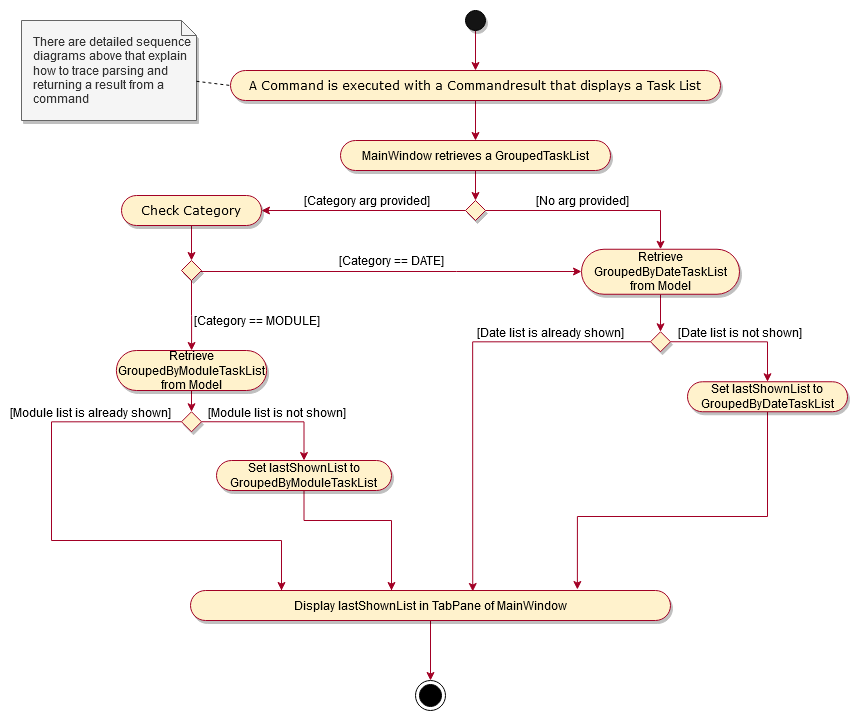
The draw.io diagram images/ListCommandActivityDiagram.png in AY1920S2-CS2103-F09-2/main, before a commit. Source tidied: cells renumbered, new cells last; positions are measured from the earlier drawing's top-left corner, leaving out a move shared by most shapes. Its diagram source:
```xml
<mxGraphModel>
  <root>
    <mxCell id="0" />
    <mxCell id="1" parent="0" />
    <mxCell id="2" style="edgeStyle=orthogonalEdgeStyle;rounded=0;jettySize=auto;html=1;startArrow=none;startFill=0;endArrow=classic;endFill=1;strokeColor=#A20025;" parent="1" edge="1" source="3" target="14">
      <mxGeometry relative="1" as="geometry" />
    </mxCell>
    <mxCell id="3" style="ellipse;whiteSpace=wrap;html=1;fillColor=#141414;shadow=1;" parent="1" vertex="1">
      <mxGeometry x="444" width="20" height="20" as="geometry" />
    </mxCell>
    <mxCell id="4" style="edgeStyle=orthogonalEdgeStyle;rounded=0;jettySize=auto;html=1;startArrow=none;startFill=0;endArrow=classic;endFill=1;strokeColor=#A20025;fontFamily=Verdana;" parent="1" edge="1" source="5" target="10">
      <mxGeometry relative="1" as="geometry" />
    </mxCell>
    <mxCell id="5" value="MainWindow retrieves a GroupedTaskList" style="whiteSpace=wrap;html=1;rounded=1;arcSize=50;align=center;verticalAlign=middle;strokeWidth=1;spacing=4;newEdgeStyle={&quot;edgeStyle&quot;:&quot;entityRelationEdgeStyle&quot;,&quot;startArrow&quot;:&quot;none&quot;,&quot;endArrow&quot;:&quot;none&quot;,&quot;segment&quot;:10,&quot;curved&quot;:1};shadow=1;fillColor=#fff2cc;strokeColor=#A20025;" parent="1" vertex="1">
      <mxGeometry x="319" y="130" width="270" height="30" as="geometry" />
    </mxCell>
    <mxCell id="6" style="edgeStyle=orthogonalEdgeStyle;rounded=0;jettySize=auto;html=1;startArrow=none;startFill=0;endArrow=classic;endFill=1;strokeColor=#A20025;fontFamily=Verdana;" parent="1" edge="1" source="10" target="16">
      <mxGeometry relative="1" as="geometry" />
    </mxCell>
    <mxCell id="7" value="[Category arg provided]" style="text;html=1;align=center;verticalAlign=middle;" parent="6" vertex="1">
      <mxGeometry x="-0.22" y="-1" relative="1" as="geometry">
        <mxPoint x="-19" y="-9" as="offset" />
      </mxGeometry>
    </mxCell>
    <mxCell id="8" style="edgeStyle=orthogonalEdgeStyle;rounded=0;jettySize=auto;html=1;exitX=1;exitY=0.5;exitDx=0;exitDy=0;entryX=0.5;entryY=0;entryDx=0;entryDy=0;startArrow=none;startFill=0;endArrow=classic;endFill=1;strokeColor=#A20025;fontFamily=Verdana;" parent="1" edge="1" source="10" target="23">
      <mxGeometry relative="1" as="geometry" />
    </mxCell>
    <mxCell id="9" value="[No arg provided]" style="text;html=1;align=center;verticalAlign=middle;" parent="8" vertex="1">
      <mxGeometry x="-0.1" y="1" relative="1" as="geometry">
        <mxPoint x="-0.2" y="-9" as="offset" />
      </mxGeometry>
    </mxCell>
    <mxCell id="10" style="rhombus;whiteSpace=wrap;html=1;shadow=1;strokeColor=#A20025;fillColor=#fff2cc;" parent="1" vertex="1">
      <mxGeometry x="444" y="190" width="20" height="20" as="geometry" />
    </mxCell>
    <mxCell id="11" value="There are detailed sequence diagrams above that explain how to trace parsing and returning a result from a command" style="shape=note;size=15;align=left;spacingLeft=10;html=1;whiteSpace=wrap;shadow=1;fillColor=#f5f5f5;strokeColor=#666666;fontColor=#333333;" parent="1" vertex="1">
      <mxGeometry y="10" width="175" height="100" as="geometry" />
    </mxCell>
    <mxCell id="12" style="edgeStyle=none;endArrow=none;dashed=1;html=1;entryX=0;entryY=0.5;entryDx=0;entryDy=0;" parent="1" edge="1" source="11" target="14">
      <mxGeometry x="1" relative="1" as="geometry" />
    </mxCell>
    <mxCell id="13" style="edgeStyle=orthogonalEdgeStyle;rounded=0;jettySize=auto;html=1;startArrow=none;startFill=0;endArrow=classic;endFill=1;strokeColor=#A20025;" parent="1" edge="1" source="14" target="5">
      <mxGeometry relative="1" as="geometry" />
    </mxCell>
    <mxCell id="14" value="A Command is executed with a Commandresult that displays a Task List" style="whiteSpace=wrap;rounded=1;arcSize=50;align=center;verticalAlign=middle;strokeWidth=1;spacing=4;newEdgeStyle={&quot;edgeStyle&quot;:&quot;entityRelationEdgeStyle&quot;,&quot;startArrow&quot;:&quot;none&quot;,&quot;endArrow&quot;:&quot;none&quot;,&quot;segment&quot;:10,&quot;curved&quot;:1};shadow=1;fillColor=#fff2cc;strokeColor=#A20025;horizontal=1;fontFamily=Verdana;" parent="1" vertex="1">
      <mxGeometry x="209" y="60" width="490" height="30" as="geometry" />
    </mxCell>
    <mxCell id="15" style="edgeStyle=orthogonalEdgeStyle;rounded=0;jettySize=auto;html=1;exitX=0.5;exitY=1;exitDx=0;exitDy=0;entryX=0.5;entryY=0;entryDx=0;entryDy=0;startArrow=none;startFill=0;endArrow=classic;endFill=1;strokeColor=#A20025;fontFamily=Verdana;" parent="1" edge="1" source="16" target="21">
      <mxGeometry relative="1" as="geometry" />
    </mxCell>
    <mxCell id="16" value="Check Category" style="whiteSpace=wrap;html=1;rounded=1;arcSize=50;align=center;verticalAlign=middle;strokeWidth=1;spacing=4;newEdgeStyle={&quot;edgeStyle&quot;:&quot;entityRelationEdgeStyle&quot;,&quot;startArrow&quot;:&quot;none&quot;,&quot;endArrow&quot;:&quot;none&quot;,&quot;segment&quot;:10,&quot;curved&quot;:1};shadow=1;fillColor=#fff2cc;strokeColor=#A20025;fontFamily=Verdana;" parent="1" vertex="1">
      <mxGeometry x="100" y="185" width="140" height="30" as="geometry" />
    </mxCell>
    <mxCell id="17" style="edgeStyle=orthogonalEdgeStyle;rounded=0;jettySize=auto;html=1;startArrow=none;startFill=0;endArrow=classic;endFill=1;strokeColor=#A20025;fontFamily=Verdana;" parent="1" edge="1" source="21" target="23">
      <mxGeometry relative="1" as="geometry">
        <Array as="points">
          <mxPoint x="435" y="261" />
          <mxPoint x="435" y="261" />
        </Array>
      </mxGeometry>
    </mxCell>
    <mxCell id="18" value="[Category == DATE]" style="text;html=1;align=center;verticalAlign=middle;" parent="17" vertex="1">
      <mxGeometry x="0.69" y="2" relative="1" as="geometry">
        <mxPoint x="-130.1" y="-9.3" as="offset" />
      </mxGeometry>
    </mxCell>
    <mxCell id="19" style="edgeStyle=orthogonalEdgeStyle;rounded=0;jettySize=auto;html=1;startArrow=none;startFill=0;endArrow=classic;endFill=1;strokeColor=#A20025;fontFamily=Verdana;" parent="1" edge="1" source="21" target="25">
      <mxGeometry relative="1" as="geometry" />
    </mxCell>
    <mxCell id="20" value="[Category == MODULE]" style="text;html=1;align=center;verticalAlign=middle;" parent="19" vertex="1">
      <mxGeometry x="-0.3" y="-2" relative="1" as="geometry">
        <mxPoint x="67" y="15.7" as="offset" />
      </mxGeometry>
    </mxCell>
    <mxCell id="21" style="rhombus;whiteSpace=wrap;html=1;shadow=1;strokeColor=#A20025;fillColor=#fff2cc;" parent="1" vertex="1">
      <mxGeometry x="160" y="250" width="20" height="20" as="geometry" />
    </mxCell>
    <mxCell id="22" style="edgeStyle=orthogonalEdgeStyle;rounded=0;jettySize=auto;html=1;startArrow=none;startFill=0;endArrow=classic;endFill=1;strokeColor=#A20025;fontFamily=Verdana;" parent="1" edge="1" source="23" target="30">
      <mxGeometry relative="1" as="geometry" />
    </mxCell>
    <mxCell id="23" value="&lt;div&gt;Retrieve GroupedByDateTaskList from Model&lt;/div&gt;" style="whiteSpace=wrap;html=1;rounded=1;arcSize=50;align=center;verticalAlign=middle;strokeWidth=1;spacing=4;newEdgeStyle={&quot;edgeStyle&quot;:&quot;entityRelationEdgeStyle&quot;,&quot;startArrow&quot;:&quot;none&quot;,&quot;endArrow&quot;:&quot;none&quot;,&quot;segment&quot;:10,&quot;curved&quot;:1};shadow=1;fillColor=#fff2cc;strokeColor=#A20025;" parent="1" vertex="1">
      <mxGeometry x="560" y="238.8" width="158" height="45" as="geometry" />
    </mxCell>
    <mxCell id="24" style="edgeStyle=orthogonalEdgeStyle;rounded=0;jettySize=auto;html=1;exitX=0.5;exitY=1;exitDx=0;exitDy=0;entryX=0.5;entryY=0;entryDx=0;entryDy=0;startArrow=none;startFill=0;endArrow=classic;endFill=1;strokeColor=#A20025;fontFamily=Verdana;" parent="1" edge="1" source="25" target="39">
      <mxGeometry relative="1" as="geometry" />
    </mxCell>
    <mxCell id="25" value="&lt;div&gt;Retrieve GroupedByModuleTaskList from Model&lt;/div&gt;" style="whiteSpace=wrap;html=1;rounded=1;arcSize=50;align=center;verticalAlign=middle;strokeWidth=1;spacing=4;newEdgeStyle={&quot;edgeStyle&quot;:&quot;entityRelationEdgeStyle&quot;,&quot;startArrow&quot;:&quot;none&quot;,&quot;endArrow&quot;:&quot;none&quot;,&quot;segment&quot;:10,&quot;curved&quot;:1};shadow=1;fillColor=#fff2cc;strokeColor=#A20025;" parent="1" vertex="1">
      <mxGeometry x="94.9" y="340" width="150.2" height="40" as="geometry" />
    </mxCell>
    <mxCell id="26" style="edgeStyle=orthogonalEdgeStyle;rounded=0;jettySize=auto;html=1;exitX=1;exitY=0.5;exitDx=0;exitDy=0;startArrow=none;startFill=0;endArrow=classic;endFill=1;strokeColor=#A20025;fontFamily=Verdana;" parent="1" edge="1" source="30" target="32">
      <mxGeometry relative="1" as="geometry" />
    </mxCell>
    <mxCell id="27" value="[Date list is not shown]" style="text;html=1;align=center;verticalAlign=middle;" parent="26" vertex="1">
      <mxGeometry x="0.08" y="2" relative="1" as="geometry">
        <mxPoint x="-5.3" y="-8" as="offset" />
      </mxGeometry>
    </mxCell>
    <mxCell id="28" style="edgeStyle=orthogonalEdgeStyle;rounded=0;jettySize=auto;html=1;exitX=0;exitY=0.5;exitDx=0;exitDy=0;startArrow=none;startFill=0;endArrow=classic;endFill=1;strokeColor=#A20025;fontFamily=Verdana;entryX=0.588;entryY=0.033;entryDx=0;entryDy=0;entryPerimeter=0;" parent="1" edge="1" source="30" target="34">
      <mxGeometry relative="1" as="geometry" />
    </mxCell>
    <mxCell id="29" value="[Date list is already shown]" style="text;html=1;align=center;verticalAlign=middle;" parent="28" vertex="1">
      <mxGeometry x="-0.53" y="-2" relative="1" as="geometry">
        <mxPoint y="-8" as="offset" />
      </mxGeometry>
    </mxCell>
    <mxCell id="30" style="rhombus;whiteSpace=wrap;html=1;shadow=1;strokeColor=#A20025;fillColor=#fff2cc;" parent="1" vertex="1">
      <mxGeometry x="629" y="321.2" width="20" height="20" as="geometry" />
    </mxCell>
    <mxCell id="31" style="edgeStyle=orthogonalEdgeStyle;rounded=0;jettySize=auto;html=1;exitX=0.5;exitY=1;exitDx=0;exitDy=0;entryX=0.806;entryY=-0.033;entryDx=0;entryDy=0;startArrow=none;startFill=0;endArrow=classic;endFill=1;strokeColor=#A20025;fontFamily=Verdana;entryPerimeter=0;" parent="1" edge="1" source="32" target="34">
      <mxGeometry relative="1" as="geometry">
        <Array as="points">
          <mxPoint x="746" y="506" />
          <mxPoint x="556" y="506" />
        </Array>
      </mxGeometry>
    </mxCell>
    <mxCell id="32" value="Set lastShownList to GroupedByDateTaskList" style="whiteSpace=wrap;html=1;rounded=1;arcSize=50;align=center;verticalAlign=middle;strokeWidth=1;spacing=4;newEdgeStyle={&quot;edgeStyle&quot;:&quot;entityRelationEdgeStyle&quot;,&quot;startArrow&quot;:&quot;none&quot;,&quot;endArrow&quot;:&quot;none&quot;,&quot;segment&quot;:10,&quot;curved&quot;:1};shadow=1;fillColor=#fff2cc;strokeColor=#A20025;" parent="1" vertex="1">
      <mxGeometry x="666" y="371.2" width="160" height="30" as="geometry" />
    </mxCell>
    <mxCell id="33" style="edgeStyle=orthogonalEdgeStyle;rounded=0;jettySize=auto;html=1;startArrow=none;startFill=0;endArrow=classic;endFill=1;strokeColor=#A20025;fontFamily=Verdana;" parent="1" edge="1" source="34">
      <mxGeometry relative="1" as="geometry">
        <mxPoint x="409" y="670" as="targetPoint" />
      </mxGeometry>
    </mxCell>
    <mxCell id="34" value="Display lastShownList in TabPane of MainWindow" style="whiteSpace=wrap;html=1;rounded=1;arcSize=50;align=center;verticalAlign=middle;strokeWidth=1;spacing=4;newEdgeStyle={&quot;edgeStyle&quot;:&quot;entityRelationEdgeStyle&quot;,&quot;startArrow&quot;:&quot;none&quot;,&quot;endArrow&quot;:&quot;none&quot;,&quot;segment&quot;:10,&quot;curved&quot;:1};shadow=1;fillColor=#fff2cc;strokeColor=#A20025;" parent="1" vertex="1">
      <mxGeometry x="169" y="580" width="480" height="30" as="geometry" />
    </mxCell>
    <mxCell id="35" style="edgeStyle=orthogonalEdgeStyle;rounded=0;jettySize=auto;html=1;exitX=1;exitY=0.5;exitDx=0;exitDy=0;entryX=0.5;entryY=0;entryDx=0;entryDy=0;startArrow=none;startFill=0;endArrow=classic;endFill=1;strokeColor=#A20025;fontFamily=Verdana;" parent="1" edge="1" source="39" target="41">
      <mxGeometry relative="1" as="geometry" />
    </mxCell>
    <mxCell id="36" value="[Module list is not shown]" style="text;html=1;align=center;verticalAlign=middle;" parent="35" vertex="1">
      <mxGeometry x="-0.05" y="1" relative="1" as="geometry">
        <mxPoint x="7.9" y="-9" as="offset" />
      </mxGeometry>
    </mxCell>
    <mxCell id="37" style="edgeStyle=orthogonalEdgeStyle;rounded=0;jettySize=auto;html=1;exitX=0;exitY=0.5;exitDx=0;exitDy=0;startArrow=none;startFill=0;endArrow=classic;endFill=1;strokeColor=#A20025;fontFamily=Verdana;" parent="1" edge="1" source="39">
      <mxGeometry relative="1" as="geometry">
        <mxPoint x="260" y="580" as="targetPoint" />
        <Array as="points">
          <mxPoint x="30" y="411" />
          <mxPoint x="30" y="530" />
          <mxPoint x="260" y="530" />
          <mxPoint x="260" y="580" />
        </Array>
      </mxGeometry>
    </mxCell>
    <mxCell id="38" value="[Module list is already shown]" style="text;html=1;align=center;verticalAlign=middle;" parent="37" vertex="1">
      <mxGeometry x="-0.65" relative="1" as="geometry">
        <mxPoint y="-10" as="offset" />
      </mxGeometry>
    </mxCell>
    <mxCell id="39" style="rhombus;whiteSpace=wrap;html=1;shadow=1;strokeColor=#A20025;fillColor=#fff2cc;" parent="1" vertex="1">
      <mxGeometry x="160" y="401.2" width="20" height="20" as="geometry" />
    </mxCell>
    <mxCell id="40" style="edgeStyle=orthogonalEdgeStyle;rounded=0;jettySize=auto;html=1;exitX=0.5;exitY=1;exitDx=0;exitDy=0;startArrow=none;startFill=0;endArrow=classic;endFill=1;strokeColor=#A20025;fontFamily=Verdana;" parent="1" edge="1" source="41">
      <mxGeometry relative="1" as="geometry">
        <mxPoint x="370" y="580" as="targetPoint" />
        <Array as="points">
          <mxPoint x="283" y="510" />
          <mxPoint x="370" y="510" />
          <mxPoint x="370" y="580" />
        </Array>
      </mxGeometry>
    </mxCell>
    <mxCell id="41" value="Set lastShownList to GroupedByModuleTaskList" style="whiteSpace=wrap;html=1;rounded=1;arcSize=50;align=center;verticalAlign=middle;strokeWidth=1;spacing=4;newEdgeStyle={&quot;edgeStyle&quot;:&quot;entityRelationEdgeStyle&quot;,&quot;startArrow&quot;:&quot;none&quot;,&quot;endArrow&quot;:&quot;none&quot;,&quot;segment&quot;:10,&quot;curved&quot;:1};shadow=1;fillColor=#fff2cc;strokeColor=#A20025;" parent="1" vertex="1">
      <mxGeometry x="195" y="450" width="175" height="30" as="geometry" />
    </mxCell>
    <mxCell id="42" style="ellipse;html=1;shape=endState;fillColor=#000000;strokeColor=#000000;" parent="1" vertex="1">
      <mxGeometry x="394" y="670" width="30" height="30" as="geometry" />
    </mxCell>
  </root>
</mxGraphModel>
```
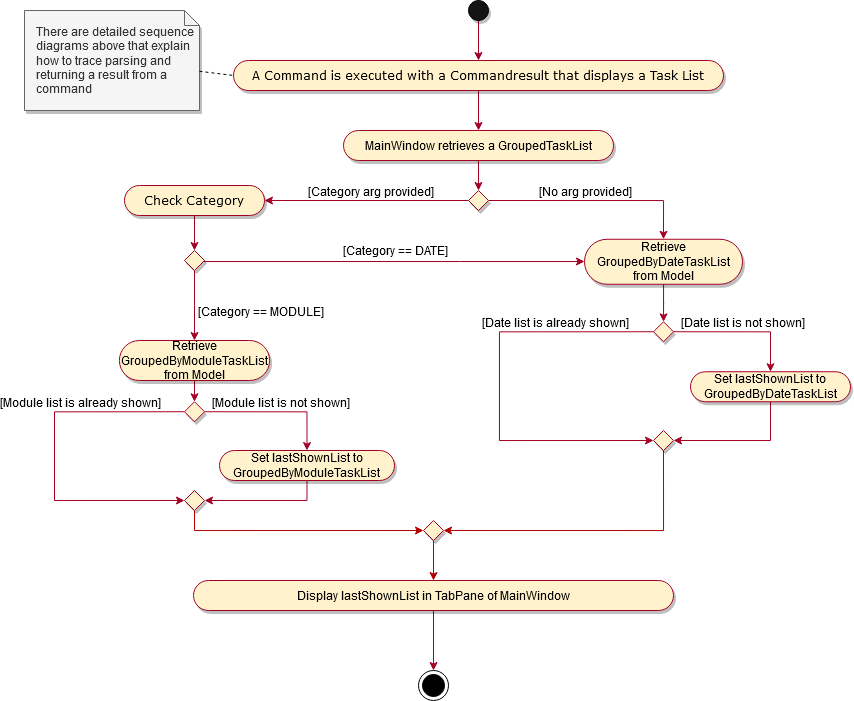
After the commit.

The edit, as a diff of the source:
```diff
@@ -95,8 +95,13 @@
         <mxPoint x="-5.3" y="-8" as="offset" />
       </mxGeometry>
     </mxCell>
-    <mxCell id="28" style="edgeStyle=orthogonalEdgeStyle;rounded=0;jettySize=auto;html=1;exitX=0;exitY=0.5;exitDx=0;exitDy=0;startArrow=none;startFill=0;endArrow=classic;endFill=1;strokeColor=#A20025;fontFamily=Verdana;entryX=0.588;entryY=0.033;entryDx=0;entryDy=0;entryPerimeter=0;" parent="1" edge="1" source="30" target="34">
-      <mxGeometry relative="1" as="geometry" />
+    <mxCell id="28" style="edgeStyle=orthogonalEdgeStyle;rounded=0;jettySize=auto;html=1;exitX=0;exitY=0.5;exitDx=0;exitDy=0;startArrow=none;startFill=0;endArrow=classic;endFill=1;strokeColor=#A20025;fontFamily=Verdana;entryX=0;entryY=0.5;entryDx=0;entryDy=0;" parent="1" edge="1" source="30" target="44">
+      <mxGeometry relative="1" as="geometry">
+        <Array as="points">
+          <mxPoint x="475" y="331" />
+          <mxPoint x="475" y="440" />
+        </Array>
+      </mxGeometry>
     </mxCell>
     <mxCell id="29" value="[Date list is already shown]" style="text;html=1;align=center;verticalAlign=middle;" parent="28" vertex="1">
       <mxGeometry x="-0.53" y="-2" relative="1" as="geometry">
@@ -106,11 +111,10 @@
     <mxCell id="30" style="rhombus;whiteSpace=wrap;html=1;shadow=1;strokeColor=#A20025;fillColor=#fff2cc;" parent="1" vertex="1">
       <mxGeometry x="629" y="321.2" width="20" height="20" as="geometry" />
     </mxCell>
-    <mxCell id="31" style="edgeStyle=orthogonalEdgeStyle;rounded=0;jettySize=auto;html=1;exitX=0.5;exitY=1;exitDx=0;exitDy=0;entryX=0.806;entryY=-0.033;entryDx=0;entryDy=0;startArrow=none;startFill=0;endArrow=classic;endFill=1;strokeColor=#A20025;fontFamily=Verdana;entryPerimeter=0;" parent="1" edge="1" source="32" target="34">
+    <mxCell id="31" style="edgeStyle=orthogonalEdgeStyle;rounded=0;jettySize=auto;html=1;exitX=0.5;exitY=1;exitDx=0;exitDy=0;entryX=1;entryY=0.5;entryDx=0;entryDy=0;startArrow=none;startFill=0;endArrow=classic;endFill=1;strokeColor=#A20025;fontFamily=Verdana;" parent="1" edge="1" source="32" target="44">
       <mxGeometry relative="1" as="geometry">
         <Array as="points">
-          <mxPoint x="746" y="506" />
-          <mxPoint x="556" y="506" />
+          <mxPoint x="746" y="440" />
         </Array>
       </mxGeometry>
     </mxCell>
@@ -133,32 +137,26 @@
         <mxPoint x="7.9" y="-9" as="offset" />
       </mxGeometry>
     </mxCell>
-    <mxCell id="37" style="edgeStyle=orthogonalEdgeStyle;rounded=0;jettySize=auto;html=1;exitX=0;exitY=0.5;exitDx=0;exitDy=0;startArrow=none;startFill=0;endArrow=classic;endFill=1;strokeColor=#A20025;fontFamily=Verdana;" parent="1" edge="1" source="39">
+    <mxCell id="37" style="edgeStyle=orthogonalEdgeStyle;rounded=0;jettySize=auto;html=1;exitX=0;exitY=0.5;exitDx=0;exitDy=0;startArrow=none;startFill=0;endArrow=classic;endFill=1;strokeColor=#A20025;fontFamily=Verdana;entryX=0;entryY=0.5;entryDx=0;entryDy=0;" parent="1" edge="1" source="39" target="46">
       <mxGeometry relative="1" as="geometry">
-        <mxPoint x="260" y="580" as="targetPoint" />
         <Array as="points">
           <mxPoint x="30" y="411" />
-          <mxPoint x="30" y="530" />
-          <mxPoint x="260" y="530" />
-          <mxPoint x="260" y="580" />
+          <mxPoint x="30" y="500" />
         </Array>
       </mxGeometry>
     </mxCell>
     <mxCell id="38" value="[Module list is already shown]" style="text;html=1;align=center;verticalAlign=middle;" parent="37" vertex="1">
       <mxGeometry x="-0.65" relative="1" as="geometry">
-        <mxPoint y="-10" as="offset" />
+        <mxPoint x="-44.3" y="-10" as="offset" />
       </mxGeometry>
     </mxCell>
     <mxCell id="39" style="rhombus;whiteSpace=wrap;html=1;shadow=1;strokeColor=#A20025;fillColor=#fff2cc;" parent="1" vertex="1">
       <mxGeometry x="160" y="401.2" width="20" height="20" as="geometry" />
     </mxCell>
-    <mxCell id="40" style="edgeStyle=orthogonalEdgeStyle;rounded=0;jettySize=auto;html=1;exitX=0.5;exitY=1;exitDx=0;exitDy=0;startArrow=none;startFill=0;endArrow=classic;endFill=1;strokeColor=#A20025;fontFamily=Verdana;" parent="1" edge="1" source="41">
+    <mxCell id="40" style="edgeStyle=orthogonalEdgeStyle;rounded=0;jettySize=auto;html=1;exitX=0.5;exitY=1;exitDx=0;exitDy=0;startArrow=none;startFill=0;endArrow=classic;endFill=1;strokeColor=#A20025;fontFamily=Verdana;entryX=1;entryY=0.5;entryDx=0;entryDy=0;" parent="1" edge="1" source="41" target="46">
       <mxGeometry relative="1" as="geometry">
-        <mxPoint x="370" y="580" as="targetPoint" />
         <Array as="points">
-          <mxPoint x="283" y="510" />
-          <mxPoint x="370" y="510" />
-          <mxPoint x="370" y="580" />
+          <mxPoint x="282" y="500" />
         </Array>
       </mxGeometry>
     </mxCell>
@@ -168,5 +166,23 @@
     <mxCell id="42" style="ellipse;html=1;shape=endState;fillColor=#000000;strokeColor=#000000;" parent="1" vertex="1">
       <mxGeometry x="394" y="670" width="30" height="30" as="geometry" />
     </mxCell>
+    <mxCell id="43" style="edgeStyle=orthogonalEdgeStyle;rounded=0;jettySize=auto;html=1;exitX=0.5;exitY=1;exitDx=0;exitDy=0;entryX=1;entryY=0.5;entryDx=0;entryDy=0;fillColor=#e51400;strokeColor=#B20000;" parent="1" edge="1" source="44" target="48">
+      <mxGeometry relative="1" as="geometry" />
+    </mxCell>
+    <mxCell id="44" style="rhombus;whiteSpace=wrap;html=1;shadow=1;strokeColor=#A20025;fillColor=#fff2cc;" parent="1" vertex="1">
+      <mxGeometry x="629" y="430" width="20" height="20" as="geometry" />
+    </mxCell>
+    <mxCell id="45" style="edgeStyle=orthogonalEdgeStyle;rounded=0;jettySize=auto;html=1;exitX=0.5;exitY=1;exitDx=0;exitDy=0;entryX=0;entryY=0.5;entryDx=0;entryDy=0;fillColor=#e51400;strokeColor=#B20000;" parent="1" edge="1" source="46" target="48">
+      <mxGeometry relative="1" as="geometry" />
+    </mxCell>
+    <mxCell id="46" style="rhombus;whiteSpace=wrap;html=1;shadow=1;strokeColor=#A20025;fillColor=#fff2cc;" parent="1" vertex="1">
+      <mxGeometry x="160" y="490" width="20" height="20" as="geometry" />
+    </mxCell>
+    <mxCell id="47" style="edgeStyle=orthogonalEdgeStyle;rounded=0;jettySize=auto;html=1;exitX=0.5;exitY=1;exitDx=0;exitDy=0;entryX=0.5;entryY=0;entryDx=0;entryDy=0;fillColor=#e51400;strokeColor=#B20000;" parent="1" edge="1" source="48" target="34">
+      <mxGeometry relative="1" as="geometry" />
+    </mxCell>
+    <mxCell id="48" style="rhombus;whiteSpace=wrap;html=1;shadow=1;strokeColor=#A20025;fillColor=#fff2cc;" parent="1" vertex="1">
+      <mxGeometry x="399" y="520" width="20" height="20" as="geometry" />
+    </mxCell>
   </root>
 </mxGraphModel>
```
